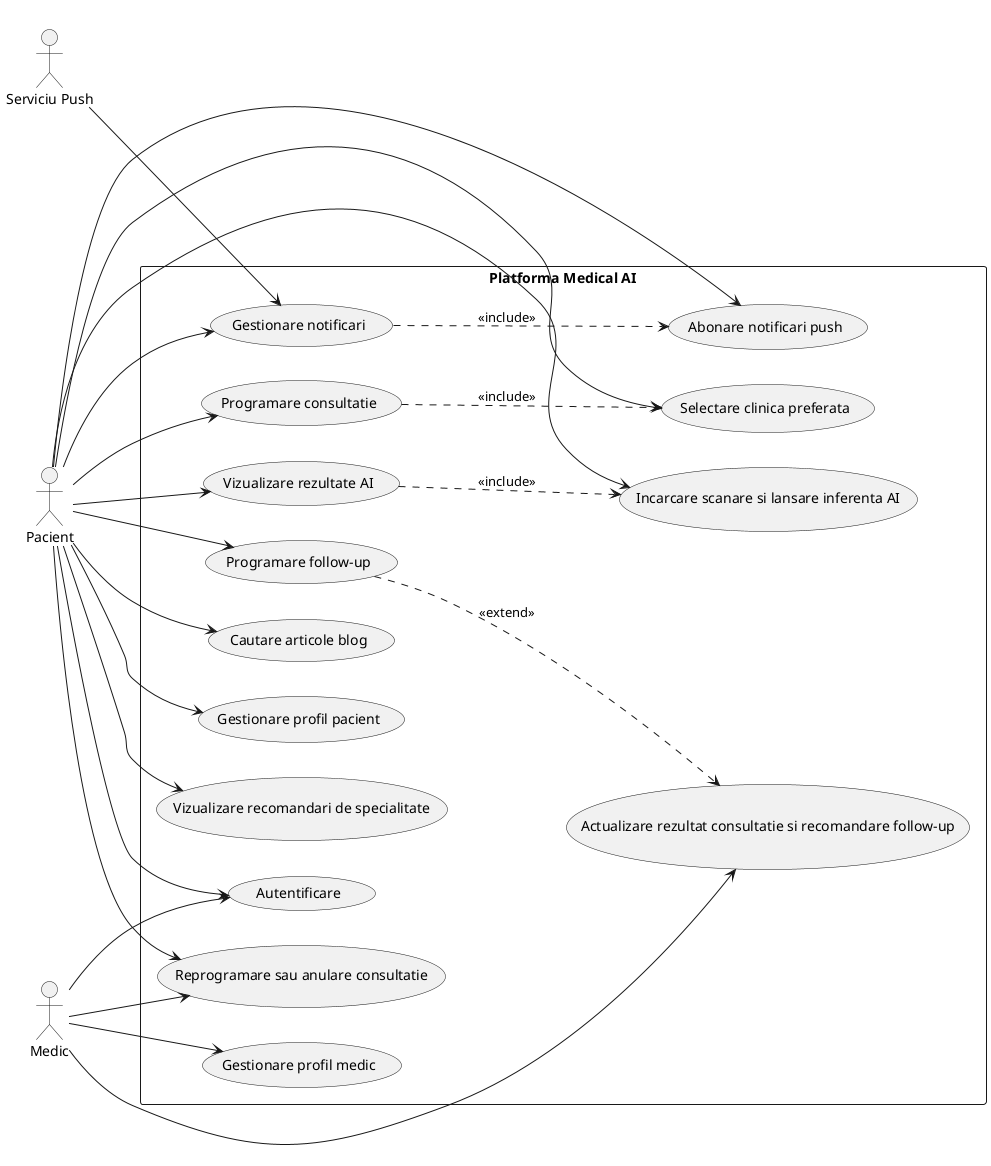
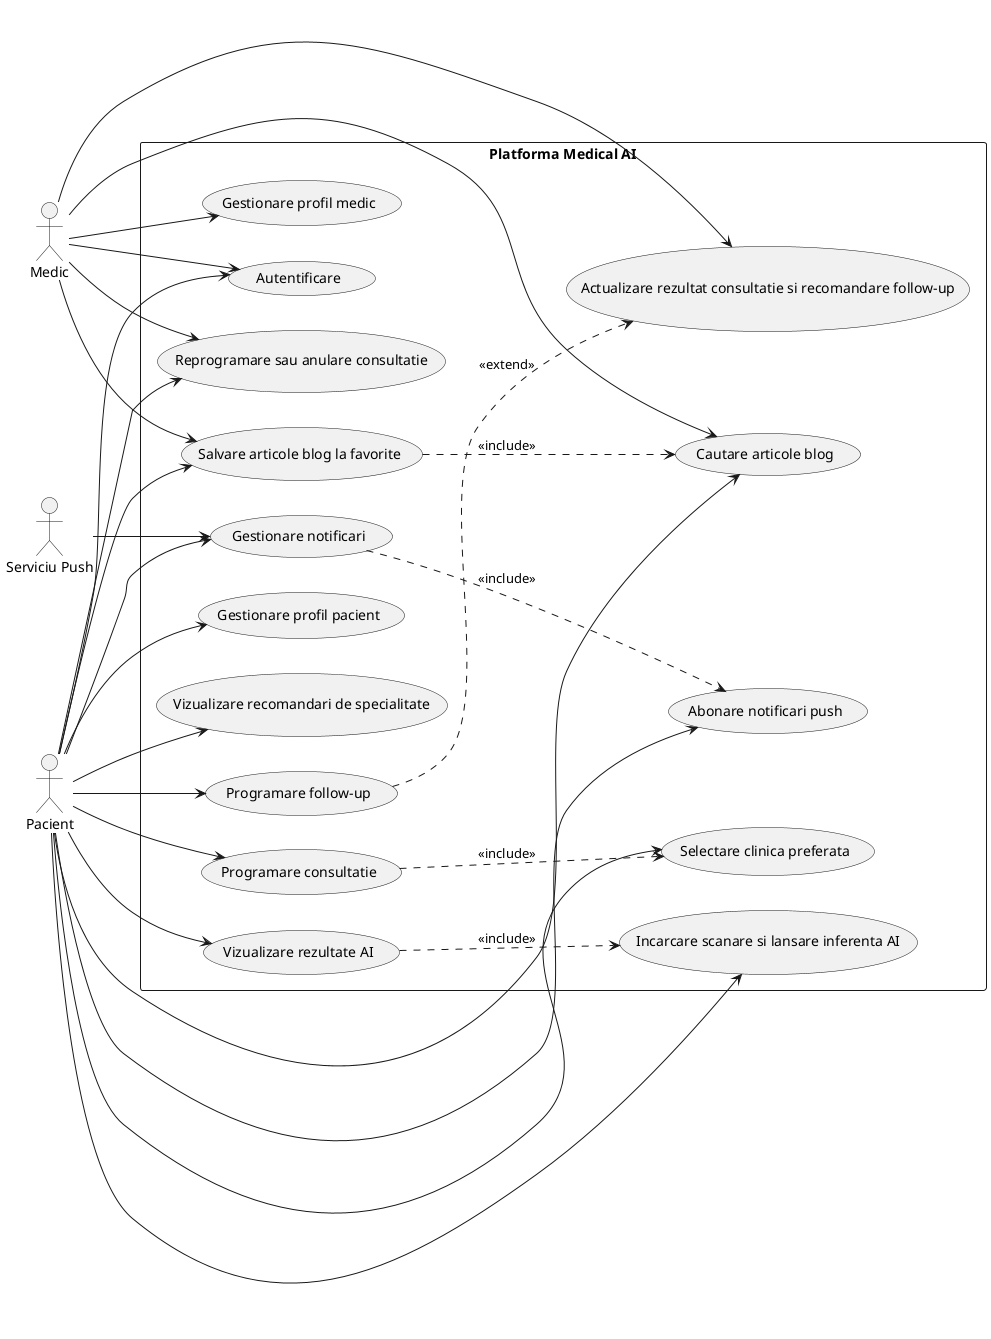
@startuml
left to right direction

actor Pacient
actor Medic
actor "Serviciu Push" as Push

rectangle "Platforma Medical AI" {
  usecase "Autentificare" as UCAuth
  usecase "Gestionare profil pacient" as UCProfilPacient
  usecase "Selectare clinica preferata" as UCClinicaPreferata
  usecase "Gestionare profil medic" as UCProfilMedic
  usecase "Vizualizare recomandari de specialitate" as UCRecomandari
  usecase "Programare consultatie" as UCProgramare
  usecase "Reprogramare sau anulare consultatie" as UCUpdateProgramare
  usecase "Incarcare scanare si lansare inferenta AI" as UCScan
  usecase "Vizualizare rezultate AI" as UCRezultateAI
  usecase "Actualizare rezultat consultatie si recomandare follow-up" as UCMedicOutcome
  usecase "Programare follow-up" as UCFollowUp
  usecase "Cautare articole blog" as UCBlog
+   usecase "Salvare articole blog la favorite" as UCFavoriteBlog
  usecase "Gestionare notificari" as UCNotificari
  usecase "Abonare notificari push" as UCPush
}

Pacient --> UCAuth
Pacient --> UCProfilPacient
Pacient --> UCClinicaPreferata
Pacient --> UCRecomandari
Pacient --> UCProgramare
Pacient --> UCUpdateProgramare
Pacient --> UCScan
Pacient --> UCRezultateAI
Pacient --> UCFollowUp
Pacient --> UCBlog
+ Pacient --> UCFavoriteBlog
Pacient --> UCNotificari
Pacient --> UCPush

Medic --> UCAuth
Medic --> UCProfilMedic
Medic --> UCUpdateProgramare
Medic --> UCMedicOutcome
+ Medic --> UCBlog
+ Medic --> UCFavoriteBlog

Push --> UCNotificari

UCRezultateAI ..> UCScan : <<include>>
UCProgramare ..> UCClinicaPreferata : <<include>>
UCFollowUp ..> UCMedicOutcome : <<extend>>
UCNotificari ..> UCPush : <<include>>
+ UCFavoriteBlog ..> UCBlog : <<include>>

@enduml